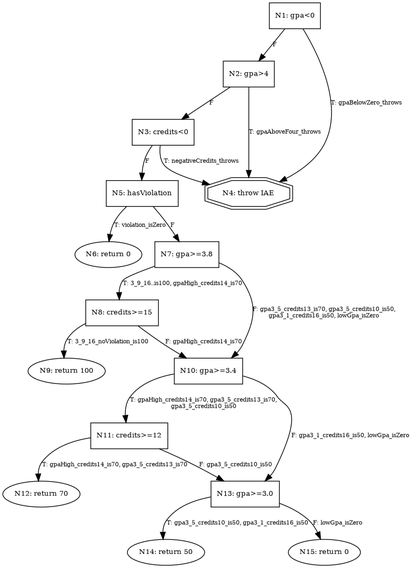
Above: cfg.png in Nursultan0511/lab09-jacoco (Graphviz), before the change. Its source is kept beside it as cfg.dot. The source it was exported from:
```dot
digraph CFG {
  rankdir=TB; node [shape=box, fontsize=10]; edge [fontsize=8];
  N1 [label="N1: gpa<0"]; N2 [label="N2: gpa>4"]; N3 [label="N3: credits<0"];
  N4 [label="N4: throw IAE", shape=doubleoctagon];
  N5 [label="N5: hasViolation"]; N6 [label="N6: return 0", shape=oval];
  N7 [label="N7: gpa>=3.8"]; N8 [label="N8: credits>=15"]; N9 [label="N9: return 100", shape=oval];
  N10 [label="N10: gpa>=3.4"]; N11 [label="N11: credits>=12"]; N12 [label="N12: return 70", shape=oval];
  N13 [label="N13: gpa>=3.0"]; N14 [label="N14: return 50", shape=oval]; N15 [label="N15: return 0", shape=oval];
  N1->N4 [label="T: gpaBelowZero_throws"]; N1->N2 [label="F"];
  N2->N4 [label="T: gpaAboveFour_throws"]; N2->N3 [label="F"];
  N3->N4 [label="T: negativeCredits_throws"]; N3->N5 [label="F"];
  N5->N6 [label="T: violation_isZero"]; N5->N7 [label="F"];
  N7->N8 [label="T: 3_9_16..is100, gpaHigh_credits14_is70"];
  N7->N10 [label="F: gpa3_5_credits13_is70, gpa3_5_credits10_is50,\ngpa3_1_credits16_is50, lowGpa_isZero"];
  N8->N9 [label="T: 3_9_16_noViolation_is100"]; N8->N10 [label="F: gpaHigh_credits14_is70"];
  N10->N11 [label="T: gpaHigh_credits14_is70, gpa3_5_credits13_is70,\ngpa3_5_credits10_is50"];
  N10->N13 [label="F: gpa3_1_credits16_is50, lowGpa_isZero"];
  N11->N12 [label="T: gpaHigh_credits14_is70, gpa3_5_credits13_is70"];
  N11->N13 [label="F: gpa3_5_credits10_is50"];
  N13->N14 [label="T: gpa3_5_credits10_is50, gpa3_1_credits16_is50"];
  N13->N15 [label="F: lowGpa_isZero"];
}
```
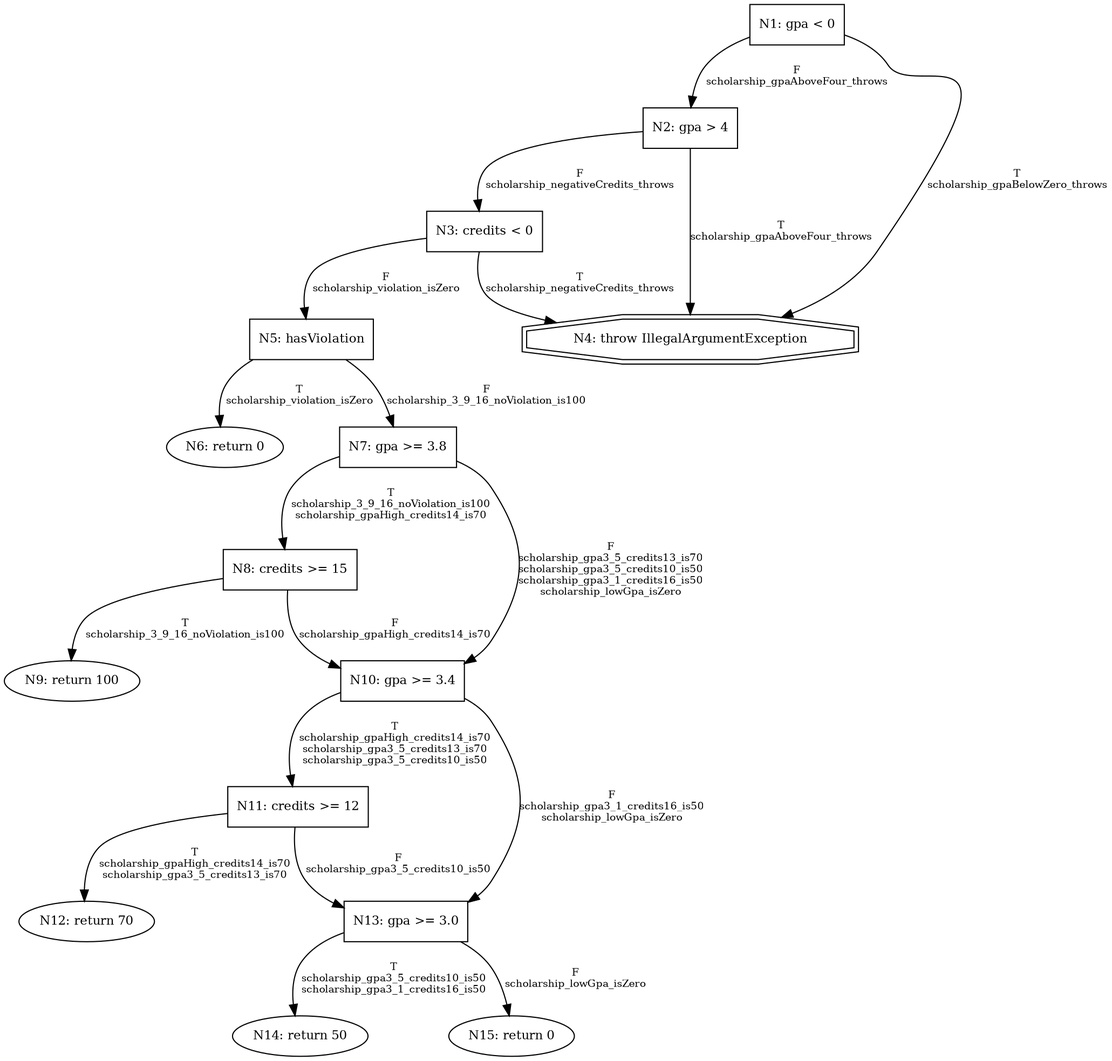
Above is the later version.

The edit, as a diff of the source:
```diff
@@ -1,22 +1,37 @@
 digraph CFG {
-  rankdir=TB; node [shape=box, fontsize=10]; edge [fontsize=8];
-  N1 [label="N1: gpa<0"]; N2 [label="N2: gpa>4"]; N3 [label="N3: credits<0"];
-  N4 [label="N4: throw IAE", shape=doubleoctagon];
-  N5 [label="N5: hasViolation"]; N6 [label="N6: return 0", shape=oval];
-  N7 [label="N7: gpa>=3.8"]; N8 [label="N8: credits>=15"]; N9 [label="N9: return 100", shape=oval];
-  N10 [label="N10: gpa>=3.4"]; N11 [label="N11: credits>=12"]; N12 [label="N12: return 70", shape=oval];
-  N13 [label="N13: gpa>=3.0"]; N14 [label="N14: return 50", shape=oval]; N15 [label="N15: return 0", shape=oval];
-  N1->N4 [label="T: gpaBelowZero_throws"]; N1->N2 [label="F"];
-  N2->N4 [label="T: gpaAboveFour_throws"]; N2->N3 [label="F"];
-  N3->N4 [label="T: negativeCredits_throws"]; N3->N5 [label="F"];
-  N5->N6 [label="T: violation_isZero"]; N5->N7 [label="F"];
-  N7->N8 [label="T: 3_9_16..is100, gpaHigh_credits14_is70"];
-  N7->N10 [label="F: gpa3_5_credits13_is70, gpa3_5_credits10_is50,\ngpa3_1_credits16_is50, lowGpa_isZero"];
-  N8->N9 [label="T: 3_9_16_noViolation_is100"]; N8->N10 [label="F: gpaHigh_credits14_is70"];
-  N10->N11 [label="T: gpaHigh_credits14_is70, gpa3_5_credits13_is70,\ngpa3_5_credits10_is50"];
-  N10->N13 [label="F: gpa3_1_credits16_is50, lowGpa_isZero"];
-  N11->N12 [label="T: gpaHigh_credits14_is70, gpa3_5_credits13_is70"];
-  N11->N13 [label="F: gpa3_5_credits10_is50"];
-  N13->N14 [label="T: gpa3_5_credits10_is50, gpa3_1_credits16_is50"];
-  N13->N15 [label="F: lowGpa_isZero"];
+  rankdir=TB; node [shape=box, fontsize=11]; edge [fontsize=9];
+  N1  [label="N1: gpa < 0"];
+  N2  [label="N2: gpa > 4"];
+  N3  [label="N3: credits < 0"];
+  N4  [label="N4: throw IllegalArgumentException", shape=doubleoctagon];
+  N5  [label="N5: hasViolation"];
+  N6  [label="N6: return 0", shape=oval];
+  N7  [label="N7: gpa >= 3.8"];
+  N8  [label="N8: credits >= 15"];
+  N9  [label="N9: return 100", shape=oval];
+  N10 [label="N10: gpa >= 3.4"];
+  N11 [label="N11: credits >= 12"];
+  N12 [label="N12: return 70", shape=oval];
+  N13 [label="N13: gpa >= 3.0"];
+  N14 [label="N14: return 50", shape=oval];
+  N15 [label="N15: return 0", shape=oval];
+
+  N1 -> N4  [label="T\nscholarship_gpaBelowZero_throws"];
+  N1 -> N2  [label="F\nscholarship_gpaAboveFour_throws"];
+  N2 -> N4  [label="T\nscholarship_gpaAboveFour_throws"];
+  N2 -> N3  [label="F\nscholarship_negativeCredits_throws"];
+  N3 -> N4  [label="T\nscholarship_negativeCredits_throws"];
+  N3 -> N5  [label="F\nscholarship_violation_isZero"];
+  N5 -> N6  [label="T\nscholarship_violation_isZero"];
+  N5 -> N7  [label="F\nscholarship_3_9_16_noViolation_is100"];
+  N7 -> N8  [label="T\nscholarship_3_9_16_noViolation_is100\nscholarship_gpaHigh_credits14_is70"];
+  N7 -> N10 [label="F\nscholarship_gpa3_5_credits13_is70\nscholarship_gpa3_5_credits10_is50\nscholarship_gpa3_1_credits16_is50\nscholarship_lowGpa_isZero"];
+  N8 -> N9  [label="T\nscholarship_3_9_16_noViolation_is100"];
+  N8 -> N10 [label="F\nscholarship_gpaHigh_credits14_is70"];
+  N10 -> N11 [label="T\nscholarship_gpaHigh_credits14_is70\nscholarship_gpa3_5_credits13_is70\nscholarship_gpa3_5_credits10_is50"];
+  N10 -> N13 [label="F\nscholarship_gpa3_1_credits16_is50\nscholarship_lowGpa_isZero"];
+  N11 -> N12 [label="T\nscholarship_gpaHigh_credits14_is70\nscholarship_gpa3_5_credits13_is70"];
+  N11 -> N13 [label="F\nscholarship_gpa3_5_credits10_is50"];
+  N13 -> N14 [label="T\nscholarship_gpa3_5_credits10_is50\nscholarship_gpa3_1_credits16_is50"];
+  N13 -> N15 [label="F\nscholarship_lowGpa_isZero"];
 }
```
